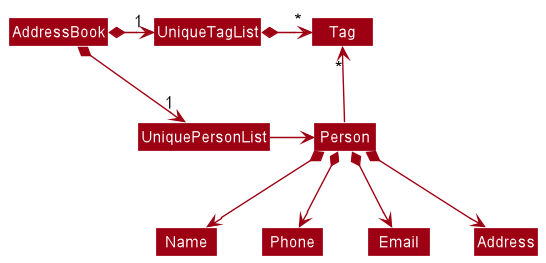
This is docs/images/BetterModelClassDiagram.png from nus-cs2103-AY2223S1/tp, a PlantUML export, as it was before one commit.
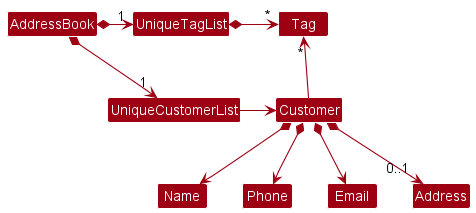
The same file after the commit.

Commit message:
Update model diagram address multiplicity

The edit, as a diff of the source:
```diff
@@ -4,18 +4,18 @@
 skinparam arrowColor MODEL_COLOR
 skinparam classBackgroundColor MODEL_COLOR
 
-AddressBook *-right-> "1" UniquePersonList
+AddressBook *-right-> "1" UniqueCustomerList
 AddressBook *-right-> "1" UniqueTagList
-UniqueTagList -[hidden]down- UniquePersonList
-UniqueTagList -[hidden]down- UniquePersonList
+UniqueTagList -[hidden]down- UniqueCustomerList
+UniqueTagList -[hidden]down- UniqueCustomerList
 
 UniqueTagList *-right-> "*" Tag
-UniquePersonList -right-> Person
+UniqueCustomerList -right-> Customer
 
-Person -up-> "*" Tag
+Customer -up-> "*" Tag
 
-Person *--> Name
-Person *--> Phone
-Person *--> Email
-Person *--> Address
+Customer *--> Name
+Customer *--> Phone
+Customer *--> Email
+Customer *--> "0..1" Address
 @enduml
```
